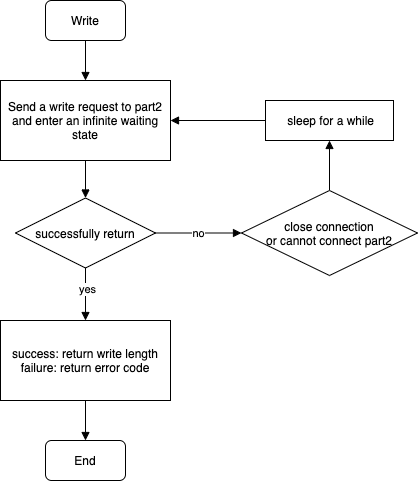
Above: docs/images/nebd-part1-write-request-en.png in opencurve/curve (draw.io), before the change. Source tidied: cells renumbered, new cells last; positions are measured from the earlier drawing's top-left corner, leaving out a move shared by most shapes.
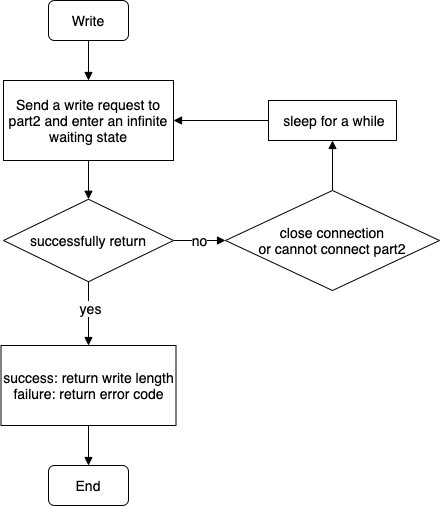
Above is the later version.

The edit, as a diff of the source:
```diff
@@ -5,46 +5,46 @@
     <mxCell id="2" style="edgeStyle=orthogonalEdgeStyle;rounded=0;jettySize=auto;html=1;exitX=0.5;exitY=1;exitDx=0;exitDy=0;entryX=0.5;entryY=0;entryDx=0;entryDy=0;endArrow=block;endFill=1;" parent="1" edge="1" source="3" target="5">
       <mxGeometry relative="1" as="geometry" />
     </mxCell>
-    <mxCell id="3" value="Write" style="rounded=1;whiteSpace=wrap;html=1;fontSize=12;glass=0;strokeWidth=1;shadow=0;" parent="1" vertex="1">
+    <mxCell id="3" value="&lt;font style=&quot;font-size: 14px&quot;&gt;Write&lt;/font&gt;" style="rounded=1;whiteSpace=wrap;html=1;fontSize=12;glass=0;strokeWidth=1;shadow=0;" parent="1" vertex="1">
       <mxGeometry x="45" width="80" height="40" as="geometry" />
     </mxCell>
     <mxCell id="4" style="edgeStyle=orthogonalEdgeStyle;rounded=0;jettySize=auto;html=1;exitX=0.5;exitY=1;exitDx=0;exitDy=0;entryX=0.5;entryY=0;entryDx=0;entryDy=0;endArrow=block;endFill=1;" parent="1" edge="1" source="5" target="9">
       <mxGeometry relative="1" as="geometry" />
     </mxCell>
-    <mxCell id="5" value="Send a write request to part2 and enter an infinite waiting state" style="rounded=0;whiteSpace=wrap;html=1;" parent="1" vertex="1">
+    <mxCell id="5" value="&lt;font style=&quot;font-size: 14px&quot;&gt;Send a write request to part2 and enter an infinite waiting state&lt;/font&gt;" style="rounded=0;whiteSpace=wrap;html=1;" parent="1" vertex="1">
       <mxGeometry y="80" width="170" height="80" as="geometry" />
     </mxCell>
     <mxCell id="6" style="edgeStyle=orthogonalEdgeStyle;rounded=0;jettySize=auto;html=1;exitX=0.5;exitY=1;exitDx=0;exitDy=0;endArrow=block;endFill=1;" parent="1" edge="1" source="9" target="11">
       <mxGeometry relative="1" as="geometry" />
     </mxCell>
-    <mxCell id="7" value="yes" style="edgeLabel;html=1;align=center;verticalAlign=middle;" parent="6" vertex="1">
+    <mxCell id="7" value="&lt;font style=&quot;font-size: 14px&quot;&gt;yes&lt;/font&gt;" style="edgeLabel;html=1;align=center;verticalAlign=middle;" parent="6" vertex="1">
       <mxGeometry x="-0.19" y="1" relative="1" as="geometry" />
     </mxCell>
-    <mxCell id="8" value="no" style="edgeStyle=orthogonalEdgeStyle;rounded=0;jettySize=auto;html=1;exitX=1;exitY=0.5;exitDx=0;exitDy=0;entryX=0;entryY=0.5;entryDx=0;entryDy=0;endArrow=block;endFill=1;" parent="1" edge="1" source="9" target="14">
+    <mxCell id="8" value="&lt;font style=&quot;font-size: 14px&quot;&gt;no&lt;/font&gt;" style="edgeStyle=orthogonalEdgeStyle;rounded=0;jettySize=auto;html=1;exitX=1;exitY=0.5;exitDx=0;exitDy=0;entryX=0;entryY=0.5;entryDx=0;entryDy=0;endArrow=block;endFill=1;" parent="1" edge="1" source="9" target="14">
       <mxGeometry relative="1" as="geometry" />
     </mxCell>
-    <mxCell id="9" value="successfully return" style="rhombus;whiteSpace=wrap;html=1;" parent="1" vertex="1">
-      <mxGeometry x="15" y="197.5" width="140" height="70" as="geometry" />
+    <mxCell id="9" value="&lt;font style=&quot;font-size: 14px&quot;&gt;successfully return&lt;/font&gt;" style="rhombus;whiteSpace=wrap;html=1;" parent="1" vertex="1">
+      <mxGeometry y="198.8" width="170" height="82.5" as="geometry" />
     </mxCell>
     <mxCell id="10" style="edgeStyle=orthogonalEdgeStyle;rounded=0;jettySize=auto;html=1;exitX=0.5;exitY=1;exitDx=0;exitDy=0;entryX=0.5;entryY=0;entryDx=0;entryDy=0;endArrow=block;endFill=1;" parent="1" edge="1" source="11" target="12">
       <mxGeometry relative="1" as="geometry" />
     </mxCell>
-    <mxCell id="11" value="success: return write length&lt;br&gt;failure: return error code" style="rounded=0;whiteSpace=wrap;html=1;" parent="1" vertex="1">
-      <mxGeometry y="320" width="170" height="80" as="geometry" />
+    <mxCell id="11" value="&lt;font style=&quot;font-size: 14px&quot;&gt;success: return write length&lt;br&gt;failure: return error code&lt;/font&gt;" style="rounded=0;whiteSpace=wrap;html=1;" parent="1" vertex="1">
+      <mxGeometry x="-2.5" y="345" width="175" height="80" as="geometry" />
     </mxCell>
-    <mxCell id="12" value="End" style="rounded=1;whiteSpace=wrap;html=1;fontSize=12;glass=0;strokeWidth=1;shadow=0;" parent="1" vertex="1">
-      <mxGeometry x="45" y="440" width="80" height="40" as="geometry" />
+    <mxCell id="12" value="&lt;font style=&quot;font-size: 14px&quot;&gt;End&lt;/font&gt;" style="rounded=1;whiteSpace=wrap;html=1;fontSize=12;glass=0;strokeWidth=1;shadow=0;" parent="1" vertex="1">
+      <mxGeometry x="45" y="465" width="80" height="40" as="geometry" />
     </mxCell>
     <mxCell id="13" style="edgeStyle=orthogonalEdgeStyle;rounded=0;jettySize=auto;html=1;exitX=0.5;exitY=0;exitDx=0;exitDy=0;entryX=0.5;entryY=1;entryDx=0;entryDy=0;endArrow=block;endFill=1;" parent="1" edge="1" source="14" target="16">
       <mxGeometry relative="1" as="geometry" />
     </mxCell>
-    <mxCell id="14" value="close connection&lt;br&gt;or cannot connect part2" style="rhombus;whiteSpace=wrap;html=1;" parent="1" vertex="1">
-      <mxGeometry x="241" y="190" width="176" height="85" as="geometry" />
+    <mxCell id="14" value="&lt;font style=&quot;font-size: 14px&quot;&gt;close connection&lt;br&gt;or cannot connect part2&lt;/font&gt;" style="rhombus;whiteSpace=wrap;html=1;" parent="1" vertex="1">
+      <mxGeometry x="222" y="190" width="214" height="100" as="geometry" />
     </mxCell>
     <mxCell id="15" style="edgeStyle=orthogonalEdgeStyle;rounded=0;jettySize=auto;html=1;exitX=0;exitY=0.5;exitDx=0;exitDy=0;entryX=1;entryY=0.5;entryDx=0;entryDy=0;endArrow=block;endFill=1;" parent="1" edge="1" source="16" target="5">
       <mxGeometry relative="1" as="geometry" />
     </mxCell>
-    <mxCell id="16" value="&amp;nbsp;sleep for a while" style="rounded=0;whiteSpace=wrap;html=1;" parent="1" vertex="1">
+    <mxCell id="16" value="&lt;font style=&quot;font-size: 14px&quot;&gt;&amp;nbsp;sleep for a while&lt;/font&gt;" style="rounded=0;whiteSpace=wrap;html=1;" parent="1" vertex="1">
       <mxGeometry x="265" y="100" width="128" height="40" as="geometry" />
     </mxCell>
   </root>
```
